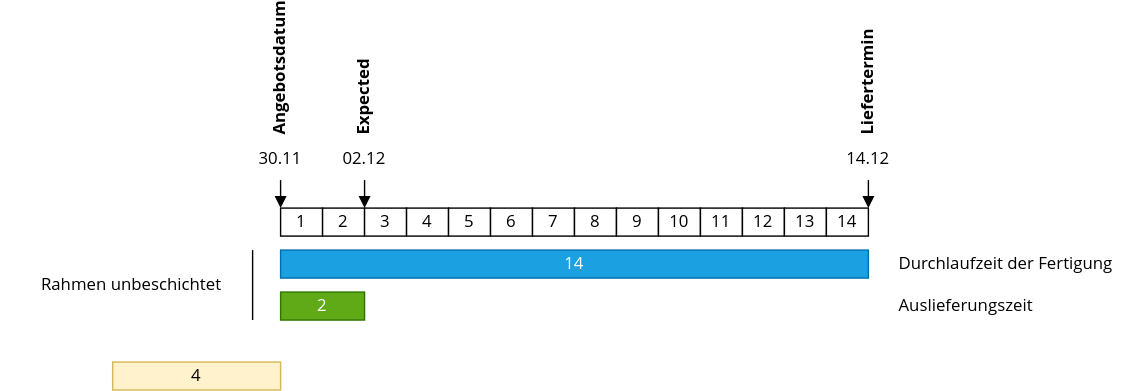
The draw.io diagram assets/Best Practice Definition Beispiel Fahrrad Lead Times Grafik.svg in Mint-System/Odoo-Wiki, before a commit. Source tidied: cells renumbered, new cells last; positions are measured from the earlier drawing's top-left corner, leaving out a move shared by most shapes.
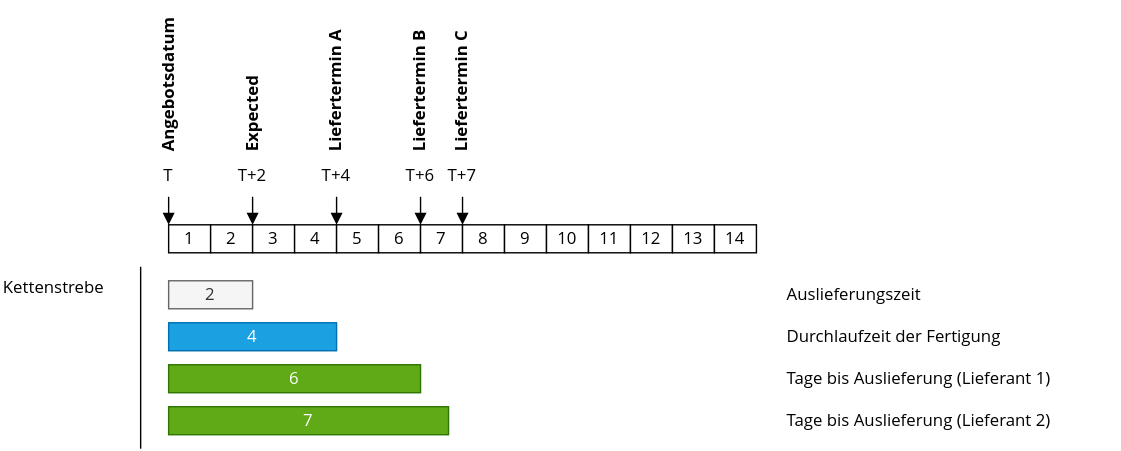
The same diagram one commit later.

Diff of the diagram source:
```diff
@@ -2,8 +2,8 @@
   <root>
     <mxCell id="0" />
     <mxCell id="1" parent="0" />
-    <mxCell id="2" value="14" style="rounded=0;whiteSpace=wrap;html=1;fontFamily=Open Sans;fillColor=#1ba1e2;strokeColor=#006EAF;fontColor=#ffffff;" parent="1" vertex="1">
-      <mxGeometry x="200" y="170" width="420" height="20" as="geometry" />
+    <mxCell id="2" value="4" style="rounded=0;whiteSpace=wrap;html=1;fontFamily=Open Sans;fillColor=#1ba1e2;strokeColor=#006EAF;fontColor=#ffffff;" parent="1" vertex="1">
+      <mxGeometry x="200" y="210" width="120" height="20" as="geometry" />
     </mxCell>
     <mxCell id="3" value="1" style="rounded=0;whiteSpace=wrap;html=1;fontFamily=Open Sans;" parent="1" vertex="1">
       <mxGeometry x="200" y="140" width="30" height="20" as="geometry" />
@@ -47,39 +47,39 @@
     <mxCell id="16" value="14" style="rounded=0;whiteSpace=wrap;html=1;fontFamily=Open Sans;" parent="1" vertex="1">
       <mxGeometry x="590" y="140" width="30" height="20" as="geometry" />
     </mxCell>
-    <mxCell id="17" value="2" style="rounded=0;whiteSpace=wrap;html=1;fontFamily=Open Sans;fillColor=#60a917;strokeColor=#2D7600;fontColor=#ffffff;" parent="1" vertex="1">
-      <mxGeometry x="200" y="200" width="60" height="20" as="geometry" />
+    <mxCell id="17" value="2" style="rounded=0;whiteSpace=wrap;html=1;fontFamily=Open Sans;fillColor=#f5f5f5;strokeColor=#666666;fontColor=#333333;" parent="1" vertex="1">
+      <mxGeometry x="200" y="180" width="60" height="20" as="geometry" />
     </mxCell>
-    <mxCell id="18" value="30.11" style="text;html=1;strokeColor=none;fillColor=none;align=center;verticalAlign=middle;whiteSpace=wrap;rounded=0;fontFamily=Open Sans;" parent="1" vertex="1">
+    <mxCell id="18" value="T" style="text;html=1;strokeColor=none;fillColor=none;align=center;verticalAlign=middle;whiteSpace=wrap;rounded=0;fontFamily=Open Sans;" parent="1" vertex="1">
       <mxGeometry x="180" y="90" width="40" height="30" as="geometry" />
     </mxCell>
     <mxCell id="19" style="endArrow=none;html=1;fontFamily=Open Sans;entryX=0.5;entryY=1;entryDx=0;entryDy=0;exitX=0;exitY=0;exitDx=0;exitDy=0;endFill=0;startArrow=block;startFill=1;" parent="1" edge="1" source="3" target="18">
       <mxGeometry relative="1" as="geometry" />
     </mxCell>
-    <mxCell id="20" value="14.12" style="text;html=1;strokeColor=none;fillColor=none;align=center;verticalAlign=middle;whiteSpace=wrap;rounded=0;fontFamily=Open Sans;" parent="1" vertex="1">
-      <mxGeometry x="600" y="90" width="40" height="30" as="geometry" />
+    <mxCell id="20" value="T+4" style="text;html=1;strokeColor=none;fillColor=none;align=center;verticalAlign=middle;whiteSpace=wrap;rounded=0;fontFamily=Open Sans;" parent="1" vertex="1">
+      <mxGeometry x="300" y="90" width="40" height="30" as="geometry" />
     </mxCell>
     <mxCell id="21" style="endArrow=none;html=1;fontFamily=Open Sans;entryX=0.5;entryY=1;entryDx=0;entryDy=0;exitX=0;exitY=0;exitDx=0;exitDy=0;endFill=0;startArrow=block;startFill=1;" parent="1" edge="1" target="20">
       <mxGeometry relative="1" as="geometry">
-        <mxPoint x="620" y="140" as="sourcePoint" />
+        <mxPoint x="320" y="140" as="sourcePoint" />
       </mxGeometry>
     </mxCell>
-    <mxCell id="22" value="Rahmen unbeschichtet" style="text;html=1;strokeColor=none;fillColor=none;align=right;verticalAlign=middle;whiteSpace=wrap;rounded=0;fontFamily=Open Sans;" parent="1" vertex="1">
-      <mxGeometry y="180" width="160" height="30" as="geometry" />
+    <mxCell id="22" value="Kettenstrebe" style="text;html=1;strokeColor=none;fillColor=none;align=left;verticalAlign=middle;whiteSpace=wrap;rounded=0;fontFamily=Open Sans;" parent="1" vertex="1">
+      <mxGeometry x="80" y="170" width="80" height="30" as="geometry" />
     </mxCell>
     <mxCell id="23" style="endArrow=none;html=1;fontFamily=Open Sans;" parent="1" edge="1">
       <mxGeometry relative="1" as="geometry">
-        <mxPoint x="180" y="220" as="sourcePoint" />
+        <mxPoint x="180" y="300" as="sourcePoint" />
         <mxPoint x="180" y="170" as="targetPoint" />
       </mxGeometry>
     </mxCell>
     <mxCell id="24" value="Durchlaufzeit der Fertigung" style="text;html=1;strokeColor=none;fillColor=none;align=left;verticalAlign=middle;whiteSpace=wrap;rounded=0;fontFamily=Open Sans;" parent="1" vertex="1">
-      <mxGeometry x="640" y="170" width="160" height="20" as="geometry" />
+      <mxGeometry x="640" y="210" width="160" height="20" as="geometry" />
     </mxCell>
     <mxCell id="25" value="Auslieferungszeit" style="text;html=1;strokeColor=none;fillColor=none;align=left;verticalAlign=middle;whiteSpace=wrap;rounded=0;fontFamily=Open Sans;" parent="1" vertex="1">
-      <mxGeometry x="640" y="200" width="160" height="20" as="geometry" />
+      <mxGeometry x="640" y="180" width="160" height="20" as="geometry" />
     </mxCell>
-    <mxCell id="26" value="02.12" style="text;html=1;strokeColor=none;fillColor=none;align=center;verticalAlign=middle;whiteSpace=wrap;rounded=0;fontFamily=Open Sans;" parent="1" vertex="1">
+    <mxCell id="26" value="T+2" style="text;html=1;strokeColor=none;fillColor=none;align=center;verticalAlign=middle;whiteSpace=wrap;rounded=0;fontFamily=Open Sans;" parent="1" vertex="1">
       <mxGeometry x="240" y="90" width="40" height="30" as="geometry" />
     </mxCell>
     <mxCell id="27" style="endArrow=none;html=1;fontFamily=Open Sans;entryX=0.5;entryY=1;entryDx=0;entryDy=0;exitX=0;exitY=0;exitDx=0;exitDy=0;endFill=0;startArrow=block;startFill=1;" parent="1" edge="1" target="26">
@@ -90,14 +90,46 @@
     <mxCell id="28" value="Expected" style="text;html=1;strokeColor=none;fillColor=none;align=left;verticalAlign=middle;whiteSpace=wrap;rounded=0;fontFamily=Open Sans;fontStyle=1;horizontal=0;" parent="1" vertex="1">
       <mxGeometry x="250" width="20" height="90" as="geometry" />
     </mxCell>
-    <mxCell id="29" value="Liefertermin" style="text;html=1;strokeColor=none;fillColor=none;align=left;verticalAlign=middle;whiteSpace=wrap;rounded=0;fontFamily=Open Sans;fontStyle=1;horizontal=0;" parent="1" vertex="1">
-      <mxGeometry x="610" width="20" height="90" as="geometry" />
+    <mxCell id="29" value="Liefertermin A" style="text;html=1;strokeColor=none;fillColor=none;align=left;verticalAlign=middle;whiteSpace=wrap;rounded=0;fontFamily=Open Sans;fontStyle=1;horizontal=0;" parent="1" vertex="1">
+      <mxGeometry x="310" y="-20" width="20" height="110" as="geometry" />
     </mxCell>
     <mxCell id="30" value="Angebotsdatum" style="text;html=1;strokeColor=none;fillColor=none;align=left;verticalAlign=middle;whiteSpace=wrap;rounded=0;fontFamily=Open Sans;fontStyle=1;horizontal=0;" parent="1" vertex="1">
       <mxGeometry x="190" width="20" height="90" as="geometry" />
     </mxCell>
-    <mxCell id="31" value="4" style="rounded=0;whiteSpace=wrap;html=1;fontFamily=Open Sans;fillColor=#fff2cc;strokeColor=#d6b656;" parent="1" vertex="1">
-      <mxGeometry x="80" y="250" width="120" height="20" as="geometry" />
-    </mxCell>
+    <mxCell id="32" value="6" style="rounded=0;whiteSpace=wrap;html=1;fontFamily=Open Sans;fillColor=#60a917;strokeColor=#2D7600;fontColor=#ffffff;" parent="1" vertex="1">
+      <mxGeometry x="200" y="240" width="180" height="20" as="geometry" />
+    </mxCell>
+    <mxCell id="33" value="Tage bis Auslieferung (Lieferant 1)" style="text;html=1;strokeColor=none;fillColor=none;align=left;verticalAlign=middle;whiteSpace=wrap;rounded=0;fontFamily=Open Sans;" parent="1" vertex="1">
+      <mxGeometry x="640" y="240" width="240" height="20" as="geometry" />
+    </mxCell>
+    <mxCell id="34" value="7" style="rounded=0;whiteSpace=wrap;html=1;fontFamily=Open Sans;fillColor=#60a917;strokeColor=#2D7600;fontColor=#ffffff;" parent="1" vertex="1">
+      <mxGeometry x="200" y="270" width="200" height="20" as="geometry" />
+    </mxCell>
+    <mxCell id="35" value="Tage bis Auslieferung (Lieferant 2)" style="text;html=1;strokeColor=none;fillColor=none;align=left;verticalAlign=middle;whiteSpace=wrap;rounded=0;fontFamily=Open Sans;" parent="1" vertex="1">
+      <mxGeometry x="640" y="270" width="240" height="20" as="geometry" />
+    </mxCell>
+    <mxCell id="36" value="T+6" style="text;html=1;strokeColor=none;fillColor=none;align=center;verticalAlign=middle;whiteSpace=wrap;rounded=0;fontFamily=Open Sans;" parent="1" vertex="1">
+      <mxGeometry x="360" y="90" width="40" height="30" as="geometry" />
+    </mxCell>
+    <mxCell id="37" style="endArrow=none;html=1;fontFamily=Open Sans;entryX=0.5;entryY=1;entryDx=0;entryDy=0;exitX=0;exitY=0;exitDx=0;exitDy=0;endFill=0;startArrow=block;startFill=1;" parent="1" edge="1" target="36">
+      <mxGeometry relative="1" as="geometry">
+        <mxPoint x="380" y="140" as="sourcePoint" />
+      </mxGeometry>
+    </mxCell>
+    <mxCell id="38" value="Liefertermin B" style="text;html=1;strokeColor=none;fillColor=none;align=left;verticalAlign=middle;whiteSpace=wrap;rounded=0;fontFamily=Open Sans;fontStyle=1;horizontal=0;" parent="1" vertex="1">
+      <mxGeometry x="370" y="-20" width="20" height="110" as="geometry" />
+    </mxCell>
+    <mxCell id="39" value="T+7" style="text;html=1;strokeColor=none;fillColor=none;align=center;verticalAlign=middle;whiteSpace=wrap;rounded=0;fontFamily=Open Sans;" parent="1" vertex="1">
+      <mxGeometry x="390" y="90" width="40" height="30" as="geometry" />
+    </mxCell>
+    <mxCell id="40" value="Liefertermin C" style="text;html=1;strokeColor=none;fillColor=none;align=left;verticalAlign=middle;whiteSpace=wrap;rounded=0;fontFamily=Open Sans;fontStyle=1;horizontal=0;" parent="1" vertex="1">
+      <mxGeometry x="400" y="-20" width="20" height="110" as="geometry" />
+    </mxCell>
+    <mxCell id="41" style="endArrow=none;html=1;fontFamily=Open Sans;entryX=0.5;entryY=1;entryDx=0;entryDy=0;exitX=0;exitY=0;exitDx=0;exitDy=0;endFill=0;startArrow=block;startFill=1;" parent="1" edge="1">
+      <mxGeometry relative="1" as="geometry">
+        <mxPoint x="410" y="140" as="sourcePoint" />
+        <mxPoint x="410" y="120" as="targetPoint" />
+      </mxGeometry>
+    </mxCell>
   </root>
 </mxGraphModel>
```
